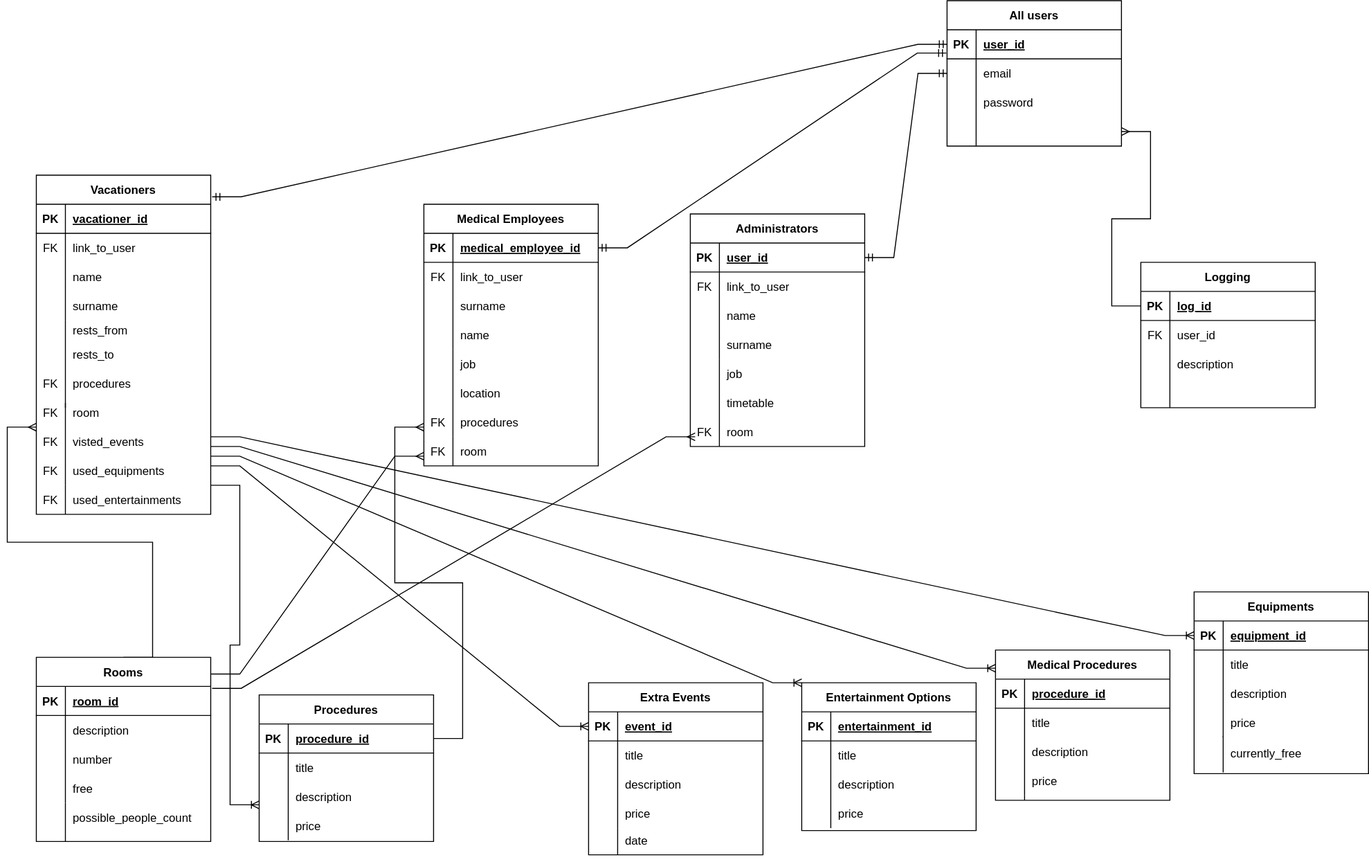
Before: 5_semester/LR1/scheme.drawio.svg, a diagram exported from draw.io (user-of-github/BSUIR_Labs_Data-models-and-database-management-systems). Source tidied: cells renumbered, new cells last; positions are measured from the earlier drawing's top-left corner, leaving out a move shared by most shapes.
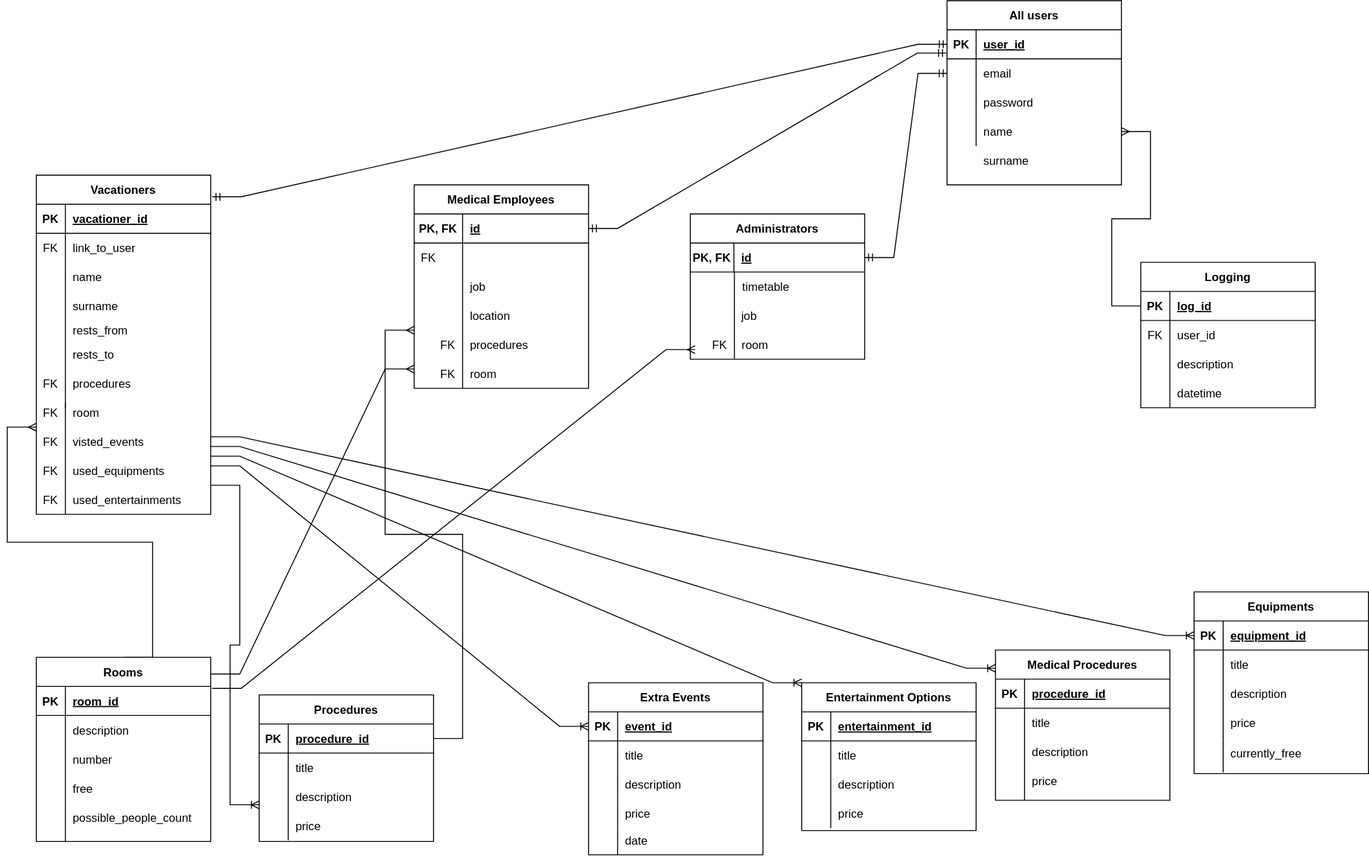
Above is the later version.

Diff of the diagram source:
```diff
@@ -42,130 +42,85 @@
       <mxGeometry x="30" width="150" height="30" as="geometry" />
     </mxCell>
     <mxCell id="15" value="Medical Employees" style="shape=table;startSize=30;rowLines=0;fontStyle=1;align=center;" parent="1" vertex="1">
-      <mxGeometry x="400" y="210" width="180" height="270" as="geometry" />
+      <mxGeometry x="390" y="190" width="180" height="210" as="geometry" />
     </mxCell>
     <mxCell id="16" style="shape=tableRow;horizontal=0;startSize=0;swimlaneHead=0;swimlaneBody=0;fillColor=none;points=[[0,0.5],[1,0.5]];portConstraint=eastwest;top=0;left=0;right=0;bottom=1;" parent="15" vertex="1">
       <mxGeometry y="30" width="180" height="30" as="geometry" />
     </mxCell>
-    <mxCell id="17" value="PK" style="shape=partialRectangle;fillColor=none;top=0;left=0;bottom=0;right=0;fontStyle=1;overflow=hidden;" parent="16" vertex="1">
-      <mxGeometry width="30" height="30" as="geometry" />
+    <mxCell id="17" value="PK, FK" style="shape=partialRectangle;fillColor=none;top=0;left=0;bottom=0;right=0;fontStyle=1;overflow=hidden;" parent="16" vertex="1">
+      <mxGeometry width="50" height="30" as="geometry" />
     </mxCell>
-    <mxCell id="18" value="medical_employee_id" style="shape=partialRectangle;fillColor=none;top=0;left=0;bottom=0;right=0;align=left;spacingLeft=6;fontStyle=5;overflow=hidden;" parent="16" vertex="1">
-      <mxGeometry x="30" width="150" height="30" as="geometry" />
+    <mxCell id="18" value="id" style="shape=partialRectangle;fillColor=none;top=0;left=0;bottom=0;right=0;align=left;spacingLeft=6;fontStyle=5;overflow=hidden;" parent="16" vertex="1">
+      <mxGeometry x="50" width="130" height="30" as="geometry" />
     </mxCell>
-    <mxCell id="19" style="shape=tableRow;horizontal=0;startSize=0;swimlaneHead=0;swimlaneBody=0;fillColor=none;top=0;left=0;right=0;bottom=0;" parent="15" vertex="1">
-      <mxGeometry y="60" width="180" height="30" as="geometry" />
-    </mxCell>
-    <mxCell id="20" style="shape=partialRectangle;fillColor=none;top=0;left=0;bottom=0;right=0;overflow=hidden;" parent="19" vertex="1">
-      <mxGeometry width="30" height="30" as="geometry" />
-    </mxCell>
-    <mxCell id="21" value="link_to_user" style="shape=partialRectangle;fillColor=none;top=0;left=0;bottom=0;right=0;align=left;spacingLeft=6;overflow=hidden;" parent="19" vertex="1">
-      <mxGeometry x="30" width="150" height="30" as="geometry" />
-    </mxCell>
     <mxCell id="22" style="shape=tableRow;horizontal=0;startSize=0;swimlaneHead=0;swimlaneBody=0;fillColor=none;top=0;left=0;right=0;bottom=0;" parent="15" vertex="1">
-      <mxGeometry y="90" width="180" height="30" as="geometry" />
+      <mxGeometry y="60" width="180" height="30" as="geometry" />
     </mxCell>
     <mxCell id="23" style="shape=partialRectangle;fillColor=none;top=0;left=0;bottom=0;right=0;overflow=hidden;" parent="22" vertex="1">
-      <mxGeometry width="30" height="30" as="geometry" />
+      <mxGeometry width="50" height="30" as="geometry" />
     </mxCell>
-    <mxCell id="24" value="surname" style="shape=partialRectangle;fillColor=none;top=0;left=0;bottom=0;right=0;align=left;spacingLeft=6;overflow=hidden;" parent="22" vertex="1">
-      <mxGeometry x="30" width="150" height="30" as="geometry" />
+    <mxCell id="24" style="shape=partialRectangle;fillColor=none;top=0;left=0;bottom=0;right=0;align=left;spacingLeft=6;overflow=hidden;" parent="22" vertex="1">
+      <mxGeometry x="50" width="130" height="30" as="geometry" />
     </mxCell>
-    <mxCell id="25" style="shape=tableRow;horizontal=0;startSize=0;swimlaneHead=0;swimlaneBody=0;fillColor=none;top=0;left=0;right=0;bottom=0;" parent="15" vertex="1">
-      <mxGeometry y="120" width="180" height="30" as="geometry" />
-    </mxCell>
-    <mxCell id="26" style="shape=partialRectangle;fillColor=none;top=0;left=0;bottom=0;right=0;overflow=hidden;" parent="25" vertex="1">
-      <mxGeometry width="30" height="30" as="geometry" />
-    </mxCell>
-    <mxCell id="27" value="name" style="shape=partialRectangle;fillColor=none;top=0;left=0;bottom=0;right=0;align=left;spacingLeft=6;overflow=hidden;" parent="25" vertex="1">
-      <mxGeometry x="30" width="150" height="30" as="geometry" />
-    </mxCell>
     <mxCell id="28" value="location" style="shape=partialRectangle;fillColor=none;top=0;left=0;bottom=0;right=0;align=left;spacingLeft=6;overflow=hidden;" parent="1" vertex="1">
-      <mxGeometry x="430" y="390" width="150" height="30" as="geometry" />
+      <mxGeometry x="440" y="310" width="130" height="30" as="geometry" />
     </mxCell>
     <mxCell id="29" value="procedures" style="shape=partialRectangle;fillColor=none;top=0;left=0;bottom=0;right=0;align=left;spacingLeft=6;overflow=hidden;" parent="1" vertex="1">
-      <mxGeometry x="430" y="420" width="150" height="30" as="geometry" />
+      <mxGeometry x="440" y="340" width="130" height="30" as="geometry" />
     </mxCell>
     <mxCell id="30" style="endArrow=none;html=1;rounded=0;" parent="1" edge="1">
       <mxGeometry relative="1" as="geometry">
-        <mxPoint x="430" y="360" as="sourcePoint" />
-        <mxPoint x="430" y="450" as="targetPoint" />
+        <mxPoint x="440" y="280" as="sourcePoint" />
+        <mxPoint x="440" y="370" as="targetPoint" />
       </mxGeometry>
     </mxCell>
     <mxCell id="31" style="shape=partialRectangle;fillColor=none;top=0;left=0;bottom=0;right=0;overflow=hidden;" parent="1" vertex="1">
-      <mxGeometry x="400" y="330" width="30" height="30" as="geometry" />
+      <mxGeometry x="410" y="280" width="30" height="30" as="geometry" />
     </mxCell>
     <mxCell id="32" style="shape=partialRectangle;fillColor=none;top=0;left=0;bottom=0;right=0;overflow=hidden;" parent="1" vertex="1">
-      <mxGeometry x="400" y="380" width="30" height="30" as="geometry" />
+      <mxGeometry x="410" y="300" width="30" height="30" as="geometry" />
     </mxCell>
     <mxCell id="33" value="FK" style="shape=partialRectangle;fillColor=none;top=0;left=0;bottom=0;right=0;overflow=hidden;" parent="1" vertex="1">
-      <mxGeometry x="400" y="420" width="30" height="30" as="geometry" />
+      <mxGeometry x="410" y="340" width="30" height="30" as="geometry" />
     </mxCell>
     <mxCell id="34" value="room" style="shape=partialRectangle;fillColor=none;top=0;left=0;bottom=0;right=0;align=left;spacingLeft=6;overflow=hidden;" parent="1" vertex="1">
-      <mxGeometry x="430" y="450" width="150" height="30" as="geometry" />
+      <mxGeometry x="440" y="370" width="130" height="30" as="geometry" />
     </mxCell>
     <mxCell id="35" value="FK" style="shape=partialRectangle;fillColor=none;top=0;left=0;bottom=0;right=0;overflow=hidden;" parent="1" vertex="1">
-      <mxGeometry x="400" y="450" width="30" height="30" as="geometry" />
+      <mxGeometry x="410" y="370" width="30" height="30" as="geometry" />
     </mxCell>
     <mxCell id="36" value="Administrators" style="shape=table;startSize=30;rowLines=0;fontStyle=1;align=center;" parent="1" vertex="1">
-      <mxGeometry x="675" y="220" width="180" height="240" as="geometry" />
+      <mxGeometry x="675" y="220" width="180" height="150" as="geometry" />
     </mxCell>
     <mxCell id="37" style="shape=tableRow;horizontal=0;startSize=0;swimlaneHead=0;swimlaneBody=0;fillColor=none;points=[[0,0.5],[1,0.5]];portConstraint=eastwest;top=0;left=0;right=0;bottom=1;" parent="36" vertex="1">
       <mxGeometry y="30" width="180" height="30" as="geometry" />
     </mxCell>
-    <mxCell id="38" value="PK" style="shape=partialRectangle;fillColor=none;top=0;left=0;bottom=0;right=0;fontStyle=1;overflow=hidden;" parent="37" vertex="1">
-      <mxGeometry width="30" height="30" as="geometry" />
+    <mxCell id="38" value="PK, FK" style="shape=partialRectangle;fillColor=none;top=0;left=0;bottom=0;right=0;fontStyle=1;overflow=hidden;" parent="37" vertex="1">
+      <mxGeometry width="45" height="30" as="geometry" />
     </mxCell>
-    <mxCell id="39" value="user_id" style="shape=partialRectangle;fillColor=none;top=0;left=0;bottom=0;right=0;align=left;spacingLeft=6;fontStyle=5;overflow=hidden;" parent="37" vertex="1">
-      <mxGeometry x="30" width="150" height="30" as="geometry" />
+    <mxCell id="39" value="id" style="shape=partialRectangle;fillColor=none;top=0;left=0;bottom=0;right=0;align=left;spacingLeft=6;fontStyle=5;overflow=hidden;" parent="37" vertex="1">
+      <mxGeometry x="45" width="135" height="30" as="geometry" />
     </mxCell>
-    <mxCell id="40" style="shape=tableRow;horizontal=0;startSize=0;swimlaneHead=0;swimlaneBody=0;fillColor=none;top=0;left=0;right=0;bottom=0;" parent="36" vertex="1">
-      <mxGeometry y="60" width="180" height="30" as="geometry" />
-    </mxCell>
-    <mxCell id="41" style="shape=partialRectangle;fillColor=none;top=0;left=0;bottom=0;right=0;overflow=hidden;" parent="40" vertex="1">
-      <mxGeometry width="30" height="30" as="geometry" />
-    </mxCell>
-    <mxCell id="42" value="link_to_user" style="shape=partialRectangle;fillColor=none;top=0;left=0;bottom=0;right=0;align=left;spacingLeft=6;overflow=hidden;" parent="40" vertex="1">
-      <mxGeometry x="30" width="150" height="30" as="geometry" />
-    </mxCell>
-    <mxCell id="43" style="shape=tableRow;horizontal=0;startSize=0;swimlaneHead=0;swimlaneBody=0;fillColor=none;top=0;left=0;right=0;bottom=0;" parent="36" vertex="1">
-      <mxGeometry y="90" width="180" height="30" as="geometry" />
-    </mxCell>
-    <mxCell id="44" style="shape=partialRectangle;fillColor=none;top=0;left=0;bottom=0;right=0;overflow=hidden;" parent="43" vertex="1">
-      <mxGeometry width="30" height="30" as="geometry" />
-    </mxCell>
-    <mxCell id="45" value="name" style="shape=partialRectangle;fillColor=none;top=0;left=0;bottom=0;right=0;align=left;spacingLeft=6;overflow=hidden;" parent="43" vertex="1">
-      <mxGeometry x="30" width="150" height="30" as="geometry" />
-    </mxCell>
-    <mxCell id="46" style="shape=tableRow;horizontal=0;startSize=0;swimlaneHead=0;swimlaneBody=0;fillColor=none;top=0;left=0;right=0;bottom=0;" parent="36" vertex="1">
-      <mxGeometry y="120" width="180" height="30" as="geometry" />
-    </mxCell>
-    <mxCell id="47" style="shape=partialRectangle;fillColor=none;top=0;left=0;bottom=0;right=0;overflow=hidden;" parent="46" vertex="1">
-      <mxGeometry width="30" height="30" as="geometry" />
-    </mxCell>
-    <mxCell id="48" value="surname" style="shape=partialRectangle;fillColor=none;top=0;left=0;bottom=0;right=0;align=left;spacingLeft=6;overflow=hidden;" parent="46" vertex="1">
-      <mxGeometry x="30" width="150" height="30" as="geometry" />
-    </mxCell>
     <mxCell id="49" value="job" style="shape=partialRectangle;fillColor=none;top=0;left=0;bottom=0;right=0;align=left;spacingLeft=6;overflow=hidden;" parent="1" vertex="1">
-      <mxGeometry x="705" y="370" width="150" height="30" as="geometry" />
+      <mxGeometry x="720" y="310" width="150" height="30" as="geometry" />
     </mxCell>
     <mxCell id="50" value="timetable" style="shape=partialRectangle;fillColor=none;top=0;left=0;bottom=0;right=0;align=left;spacingLeft=6;overflow=hidden;" parent="1" vertex="1">
-      <mxGeometry x="705" y="400" width="150" height="30" as="geometry" />
+      <mxGeometry x="721" y="280" width="130" height="30" as="geometry" />
     </mxCell>
     <mxCell id="51" style="endArrow=none;html=1;rounded=0;" parent="1" edge="1">
       <mxGeometry relative="1" as="geometry">
-        <mxPoint x="705" y="370" as="sourcePoint" />
-        <mxPoint x="705" y="460" as="targetPoint" />
+        <mxPoint x="720.5" y="280" as="sourcePoint" />
+        <mxPoint x="720.5" y="370" as="targetPoint" />
       </mxGeometry>
     </mxCell>
     <mxCell id="52" style="shape=partialRectangle;fillColor=none;top=0;left=0;bottom=0;right=0;overflow=hidden;" parent="1" vertex="1">
-      <mxGeometry x="675" y="340" width="30" height="30" as="geometry" />
+      <mxGeometry x="675" y="280" width="30" height="30" as="geometry" />
     </mxCell>
     <mxCell id="53" style="shape=partialRectangle;fillColor=none;top=0;left=0;bottom=0;right=0;overflow=hidden;" parent="1" vertex="1">
-      <mxGeometry x="675" y="370" width="30" height="30" as="geometry" />
+      <mxGeometry x="690.5" y="280" width="30" height="30" as="geometry" />
     </mxCell>
     <mxCell id="54" value="FK" style="shape=partialRectangle;fillColor=none;top=0;left=0;bottom=0;right=0;overflow=hidden;" parent="1" vertex="1">
-      <mxGeometry x="675" y="430" width="30" height="30" as="geometry" />
+      <mxGeometry x="690.5" y="340" width="30" height="30" as="geometry" />
     </mxCell>
     <mxCell id="55" value="Vacationers" style="shape=table;startSize=30;rowLines=0;fontStyle=1;align=center;" parent="1" vertex="1">
       <mxGeometry y="180" width="180" height="350" as="geometry" />
@@ -420,7 +375,7 @@
       <mxGeometry x="600" y="851.2" width="150" height="30" as="geometry" />
     </mxCell>
     <mxCell id="135" value="All users" style="shape=table;startSize=30;rowLines=0;fontStyle=1;align=center;" parent="1" vertex="1">
-      <mxGeometry x="940" width="180" height="150" as="geometry" />
+      <mxGeometry x="940" width="180" height="190" as="geometry" />
     </mxCell>
     <mxCell id="136" style="shape=tableRow;horizontal=0;startSize=0;swimlaneHead=0;swimlaneBody=0;fillColor=none;points=[[0,0.5],[1,0.5]];portConstraint=eastwest;top=0;left=0;right=0;bottom=1;" parent="135" vertex="1">
       <mxGeometry y="30" width="180" height="30" as="geometry" />
@@ -577,20 +532,20 @@
       </mxGeometry>
     </mxCell>
     <mxCell id="182" value="job" style="shape=partialRectangle;fillColor=none;top=0;left=0;bottom=0;right=0;align=left;spacingLeft=6;overflow=hidden;" parent="1" vertex="1">
-      <mxGeometry x="430" y="360" width="150" height="30" as="geometry" />
+      <mxGeometry x="440" y="280" width="130" height="30" as="geometry" />
     </mxCell>
     <mxCell id="183" style="endArrow=none;html=1;rounded=0;" parent="1" edge="1">
       <mxGeometry relative="1" as="geometry">
-        <mxPoint x="430" y="450" as="sourcePoint" />
-        <mxPoint x="430" y="480" as="targetPoint" />
+        <mxPoint x="440" y="370" as="sourcePoint" />
+        <mxPoint x="440" y="400" as="targetPoint" />
       </mxGeometry>
     </mxCell>
     <mxCell id="184" value="FK" style="shape=partialRectangle;fillColor=none;top=0;left=0;bottom=0;right=0;overflow=hidden;" parent="1" vertex="1">
-      <mxGeometry x="400" y="270" width="30" height="30" as="geometry" />
+      <mxGeometry x="390" y="250" width="30" height="30" as="geometry" />
     </mxCell>
     <mxCell id="185" style="edgeStyle=entityRelationEdgeStyle;fontSize=12;html=1;endArrow=ERmany;rounded=0;exitX=1;exitY=0.091;exitDx=0;exitDy=0;exitPerimeter=0;" parent="1" edge="1" source="2">
       <mxGeometry relative="1" as="geometry">
-        <mxPoint x="400" y="470" as="targetPoint" />
+        <mxPoint x="390" y="380" as="targetPoint" />
       </mxGeometry>
     </mxCell>
     <mxCell id="186" value="Procedures" style="shape=table;startSize=30;rowLines=0;fontStyle=1;align=center;" parent="1" vertex="1">
@@ -634,18 +589,15 @@
     </mxCell>
     <mxCell id="199" style="edgeStyle=entityRelationEdgeStyle;fontSize=12;html=1;endArrow=ERmany;rounded=0;exitX=1;exitY=0.5;exitDx=0;exitDy=0;" parent="1" edge="1" source="187">
       <mxGeometry relative="1" as="geometry">
-        <mxPoint x="400" y="440" as="targetPoint" />
+        <mxPoint x="390" y="340" as="targetPoint" />
       </mxGeometry>
     </mxCell>
     <mxCell id="200" value="room" style="shape=partialRectangle;fillColor=none;top=0;left=0;bottom=0;right=0;align=left;spacingLeft=6;overflow=hidden;" parent="1" vertex="1">
-      <mxGeometry x="705" y="430" width="150" height="30" as="geometry" />
+      <mxGeometry x="720.5" y="340" width="130.5" height="30" as="geometry" />
     </mxCell>
-    <mxCell id="201" value="FK" style="shape=partialRectangle;fillColor=none;top=0;left=0;bottom=0;right=0;overflow=hidden;" parent="1" vertex="1">
-      <mxGeometry x="675" y="280" width="30" height="30" as="geometry" />
-    </mxCell>
     <mxCell id="202" style="edgeStyle=entityRelationEdgeStyle;fontSize=12;html=1;endArrow=ERmany;rounded=0;exitX=1.008;exitY=0.067;exitDx=0;exitDy=0;exitPerimeter=0;" parent="1" edge="1" source="3">
       <mxGeometry relative="1" as="geometry">
-        <mxPoint x="680" y="450" as="targetPoint" />
+        <mxPoint x="680" y="360" as="targetPoint" />
       </mxGeometry>
     </mxCell>
     <mxCell id="203" value="rests_from" style="shape=partialRectangle;fillColor=none;top=0;left=0;bottom=0;right=0;align=left;spacingLeft=6;overflow=hidden;" parent="1" vertex="1">
@@ -665,5 +617,20 @@
         <mxPoint x="180" y="500" as="sourcePoint" />
       </mxGeometry>
     </mxCell>
+    <mxCell id="207" style="shape=tableRow;horizontal=0;startSize=0;swimlaneHead=0;swimlaneBody=0;fillColor=none;top=0;left=0;right=0;bottom=0;" parent="1" vertex="1">
+      <mxGeometry x="1140" y="390" width="180" height="30" as="geometry" />
+    </mxCell>
+    <mxCell id="208" style="shape=partialRectangle;fillColor=none;top=0;left=0;bottom=0;right=0;overflow=hidden;" parent="207" vertex="1">
+      <mxGeometry width="30" height="30" as="geometry" />
+    </mxCell>
+    <mxCell id="209" value="datetime" style="shape=partialRectangle;fillColor=none;top=0;left=0;bottom=0;right=0;align=left;spacingLeft=6;overflow=hidden;" parent="207" vertex="1">
+      <mxGeometry x="30" width="150" height="30" as="geometry" />
+    </mxCell>
+    <mxCell id="210" value="name" style="shape=partialRectangle;fillColor=none;top=0;left=0;bottom=0;right=0;align=left;spacingLeft=6;overflow=hidden;" parent="1" vertex="1">
+      <mxGeometry x="970" y="120" width="150" height="30" as="geometry" />
+    </mxCell>
+    <mxCell id="48" value="surname" style="shape=partialRectangle;fillColor=none;top=0;left=0;bottom=0;right=0;align=left;spacingLeft=6;overflow=hidden;" parent="1" vertex="1">
+      <mxGeometry x="970" y="150" width="150" height="30" as="geometry" />
+    </mxCell>
   </root>
 </mxGraphModel>
```
